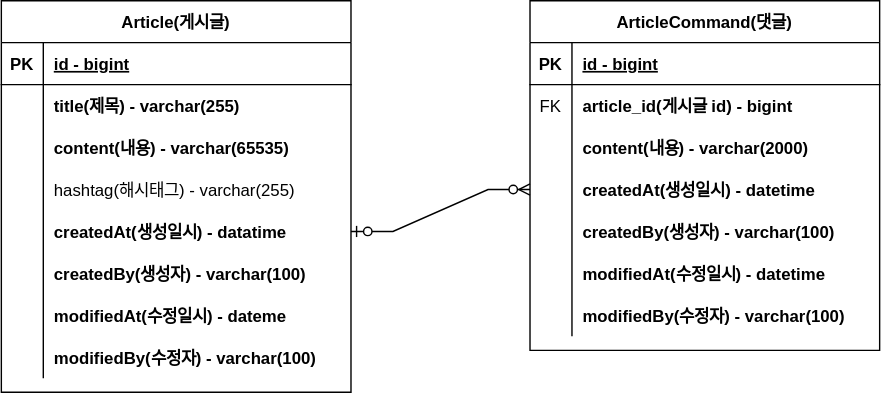
This is document/project-board-erd.svg from Ssangjoon/KYH-spring-1, a draw.io export, as it was before one commit. Source tidied: cells renumbered, new cells last; positions are measured from the earlier drawing's top-left corner, leaving out a move shared by most shapes.
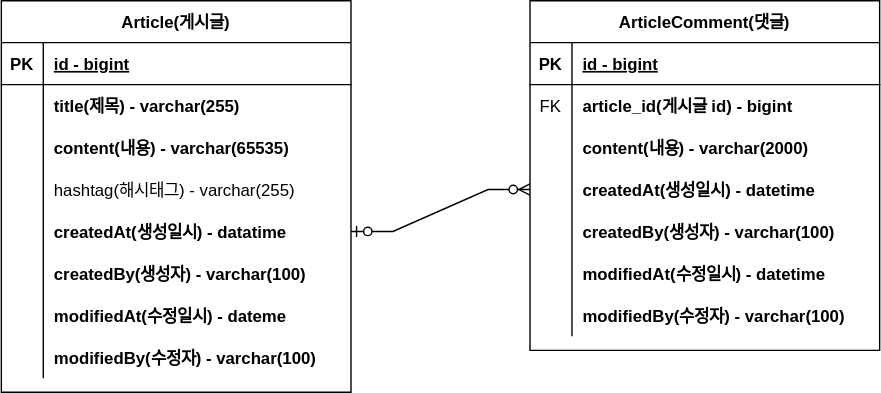
After the commit.

The edit, as a diff of the source:
```diff
@@ -77,7 +77,7 @@
     <mxCell id="26" value="modifiedBy(수정자) - varchar(100)" style="shape=partialRectangle;overflow=hidden;fillColor=none;top=0;left=0;bottom=0;right=0;align=left;spacingLeft=6;fontStyle=1;" parent="24" vertex="1">
       <mxGeometry x="30" width="220" height="30" as="geometry" />
     </mxCell>
-    <mxCell id="27" value="ArticleCommand(댓글)" style="shape=table;startSize=30;rowLines=0;fontStyle=1;align=center;" parent="1" vertex="1">
+    <mxCell id="27" value="ArticleComment(댓글)" style="shape=table;startSize=30;rowLines=0;fontStyle=1;align=center;" parent="1" vertex="1">
       <mxGeometry x="378" width="250" height="250" as="geometry" />
     </mxCell>
     <mxCell id="28" style="shape=partialRectangle;fillColor=none;top=0;left=0;right=0;bottom=1;" parent="27" vertex="1">
```
